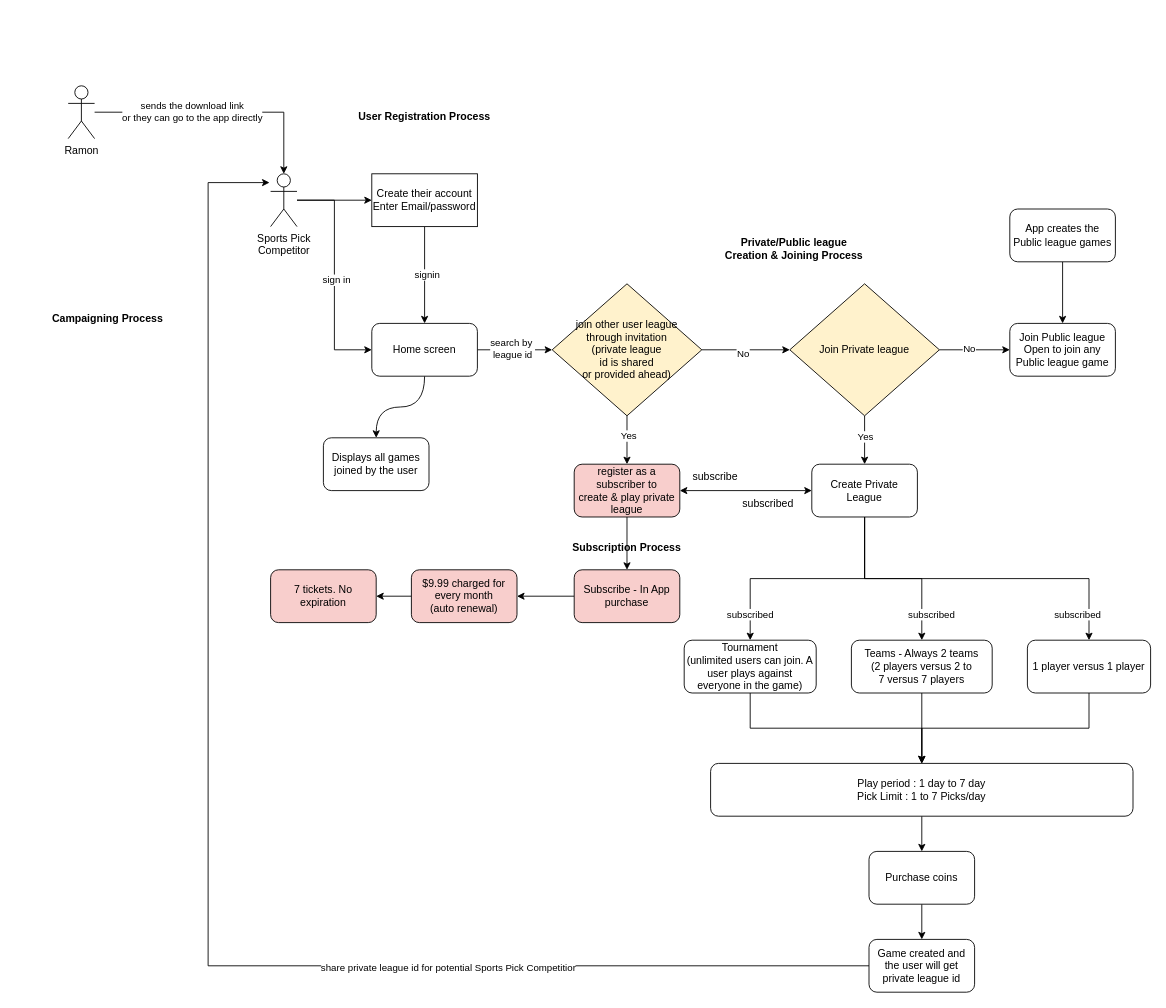
The draw.io diagram page "Page-8" (8 of 8) of PickWinners.drawio in coolsharepoint/Test, before the edit. Source tidied: cells renumbered, new cells numbered last; positions are measured from the earlier drawing's top-left corner, leaving out a move shared by most shapes. Both pictures are drawn from the tidied source at 88%, with x=0, y=0 at pixel (15, 85).
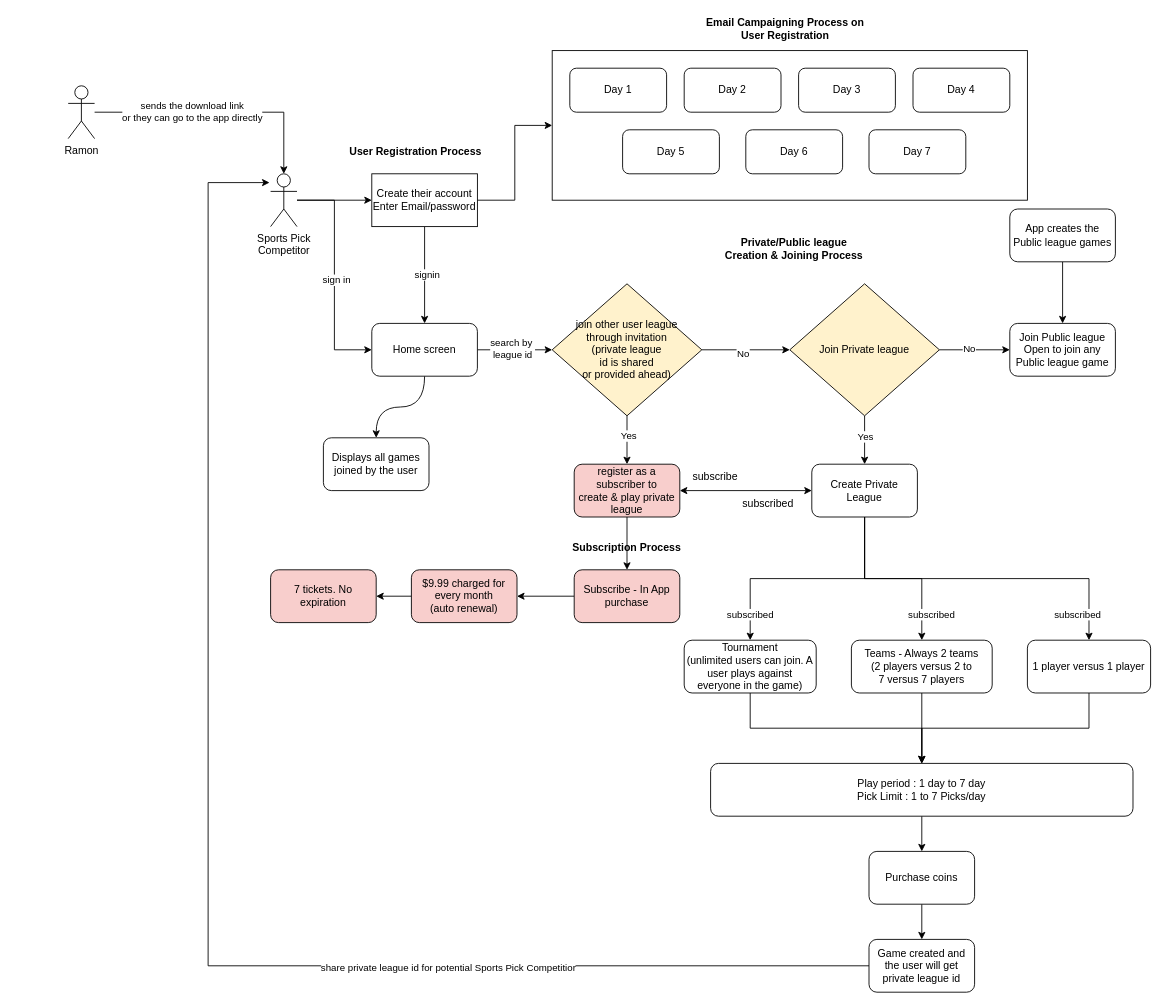
The same diagram, later.

Unchanged cells that the change refers to:
```xml
<mxCell id="8" value="Create their account&lt;br&gt;Enter Email/password" style="rounded=0;whiteSpace=wrap;html=1;" parent="1" vertex="1">
  <mxGeometry x="405" y="100" width="120" height="60" as="geometry" />
</mxCell>
```

The edit, as a diff of the source:
```diff
@@
+    <mxCell id="64" style="edgeStyle=orthogonalEdgeStyle;rounded=0;jettySize=auto;html=1;" parent="1" edge="1" source="8" target="65">
+      <mxGeometry relative="1" as="geometry" />
+    </mxCell>
@@
-    <mxCell id="14" value="Campaigning Process" style="text;html=1;strokeColor=none;fillColor=none;align=center;verticalAlign=middle;whiteSpace=wrap;rounded=0;fontStyle=1;" parent="1" vertex="1">
-      <mxGeometry y="250" width="210" height="30" as="geometry" />
+    <mxCell id="14" value="Email Campaigning Process on User Registration" style="text;html=1;strokeColor=none;fillColor=none;align=center;verticalAlign=middle;whiteSpace=wrap;rounded=0;fontStyle=1;" parent="1" vertex="1">
+      <mxGeometry x="770" y="-80" width="210" height="30" as="geometry" />
     </mxCell>
     <mxCell id="15" value="User Registration Process" style="text;html=1;strokeColor=none;fillColor=none;align=center;verticalAlign=middle;whiteSpace=wrap;rounded=0;fontStyle=1;" parent="1" vertex="1">
-      <mxGeometry x="360" y="20" width="210" height="30" as="geometry" />
+      <mxGeometry x="370" y="60" width="170" height="30" as="geometry" />
     </mxCell>
@@
+    <mxCell id="65" style="rounded=0;whiteSpace=wrap;html=1;" parent="1" vertex="1">
+      <mxGeometry x="610" y="-40" width="540" height="170" as="geometry" />
+    </mxCell>
+    <mxCell id="66" value="Day 1" style="rounded=1;whiteSpace=wrap;html=1;" parent="1" vertex="1">
+      <mxGeometry x="630" y="-20" width="110" height="50" as="geometry" />
+    </mxCell>
+    <mxCell id="67" value="Day 2" style="rounded=1;whiteSpace=wrap;html=1;" parent="1" vertex="1">
+      <mxGeometry x="760" y="-20" width="110" height="50" as="geometry" />
+    </mxCell>
+    <mxCell id="68" value="Day 3" style="rounded=1;whiteSpace=wrap;html=1;" parent="1" vertex="1">
+      <mxGeometry x="890" y="-20" width="110" height="50" as="geometry" />
+    </mxCell>
+    <mxCell id="69" value="Day 4" style="rounded=1;whiteSpace=wrap;html=1;" parent="1" vertex="1">
+      <mxGeometry x="1020" y="-20" width="110" height="50" as="geometry" />
+    </mxCell>
+    <mxCell id="70" value="Day 5" style="rounded=1;whiteSpace=wrap;html=1;" parent="1" vertex="1">
+      <mxGeometry x="690" y="50" width="110" height="50" as="geometry" />
+    </mxCell>
+    <mxCell id="71" value="Day 6" style="rounded=1;whiteSpace=wrap;html=1;" parent="1" vertex="1">
+      <mxGeometry x="830" y="50" width="110" height="50" as="geometry" />
+    </mxCell>
+    <mxCell id="72" value="Day 7" style="rounded=1;whiteSpace=wrap;html=1;" parent="1" vertex="1">
+      <mxGeometry x="970" y="50" width="110" height="50" as="geometry" />
+    </mxCell>
```
